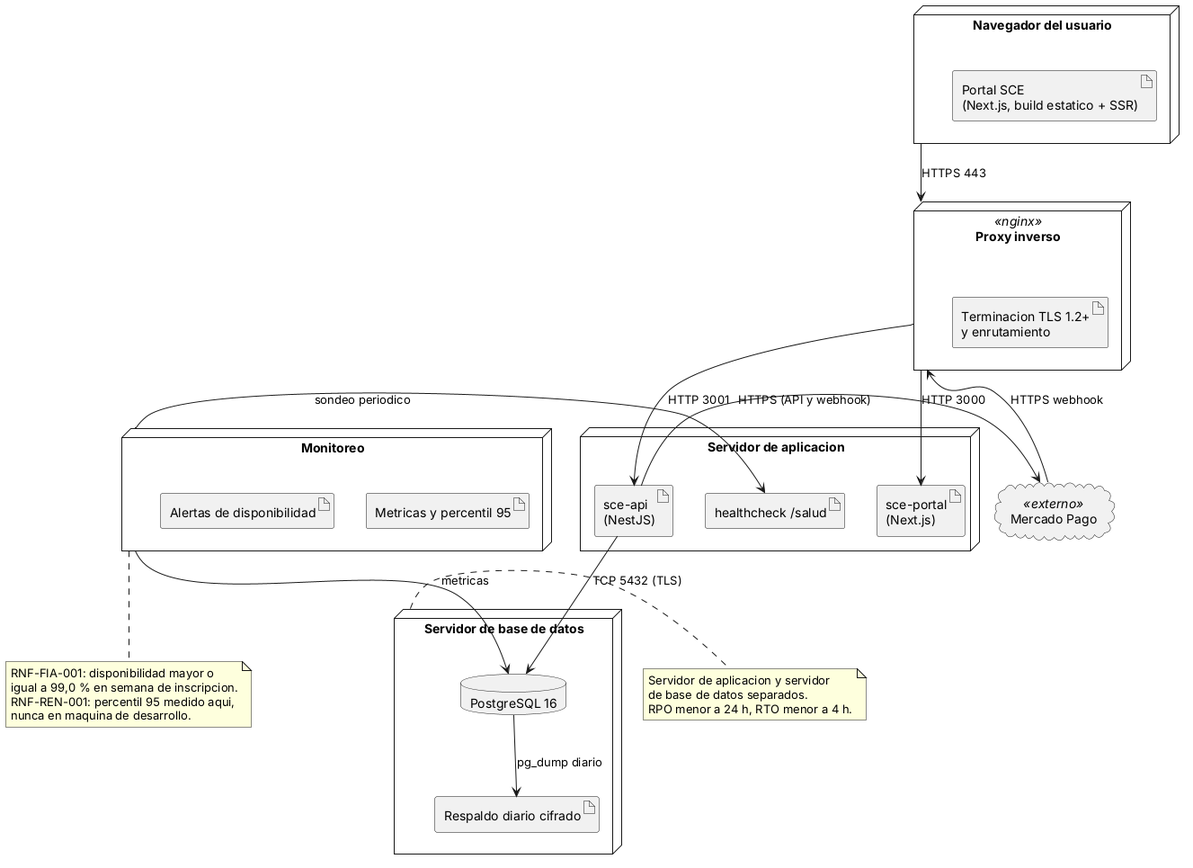
Before: docs/arquitectura/render/fig09-despliegue.png, a diagram exported from PlantUML (fjmp-dev/sce-control-escolar). Its diagram source:
```plantuml
@startuml fig09-despliegue
skinparam shadowing false

node "Navegador del usuario" as CLIENTE {
  artifact "Portal SCE\n(Next.js, build estatico + SSR)" as APP
}

node "Proxy inverso" as PROXY <<nginx>> {
  artifact "Terminacion TLS 1.2+\ny enrutamiento" as TLS
}

node "Servidor de aplicacion" as APPSRV {
  artifact "sce-portal\n(Next.js)" as NEXT
  artifact "sce-api\n(NestJS)" as NEST
  artifact "healthcheck /salud" as HC
}

node "Servidor de base de datos" as DBSRV {
  database "PostgreSQL 16" as PG
  artifact "Respaldo diario cifrado" as BKP
}

node "Monitoreo" as MON {
  artifact "Metricas y percentil 95" as MET
  artifact "Alertas de disponibilidad" as ALR
}

cloud "Mercado Pago" as MP <<externo>>

CLIENTE -down-> PROXY : HTTPS 443
PROXY -down-> NEXT : HTTP 3000
PROXY -down-> NEST : HTTP 3001
NEST -down-> PG : TCP 5432 (TLS)
NEST -right-> MP : HTTPS (API y webhook)
MP -left-> PROXY : HTTPS webhook
PG -down-> BKP : pg_dump diario
MON -left-> HC : sondeo periodico
MON -down-> PG : metricas

note right of DBSRV
  Servidor de aplicacion y servidor
  de base de datos separados.
  RPO menor a 24 h, RTO menor a 4 h.
end note

note bottom of MON
  RNF-FIA-001: disponibilidad mayor o
  igual a 99,0 % en semana de inscripcion.
  RNF-REN-001: percentil 95 medido aqui,
  nunca en maquina de desarrollo.
end note

@enduml
```
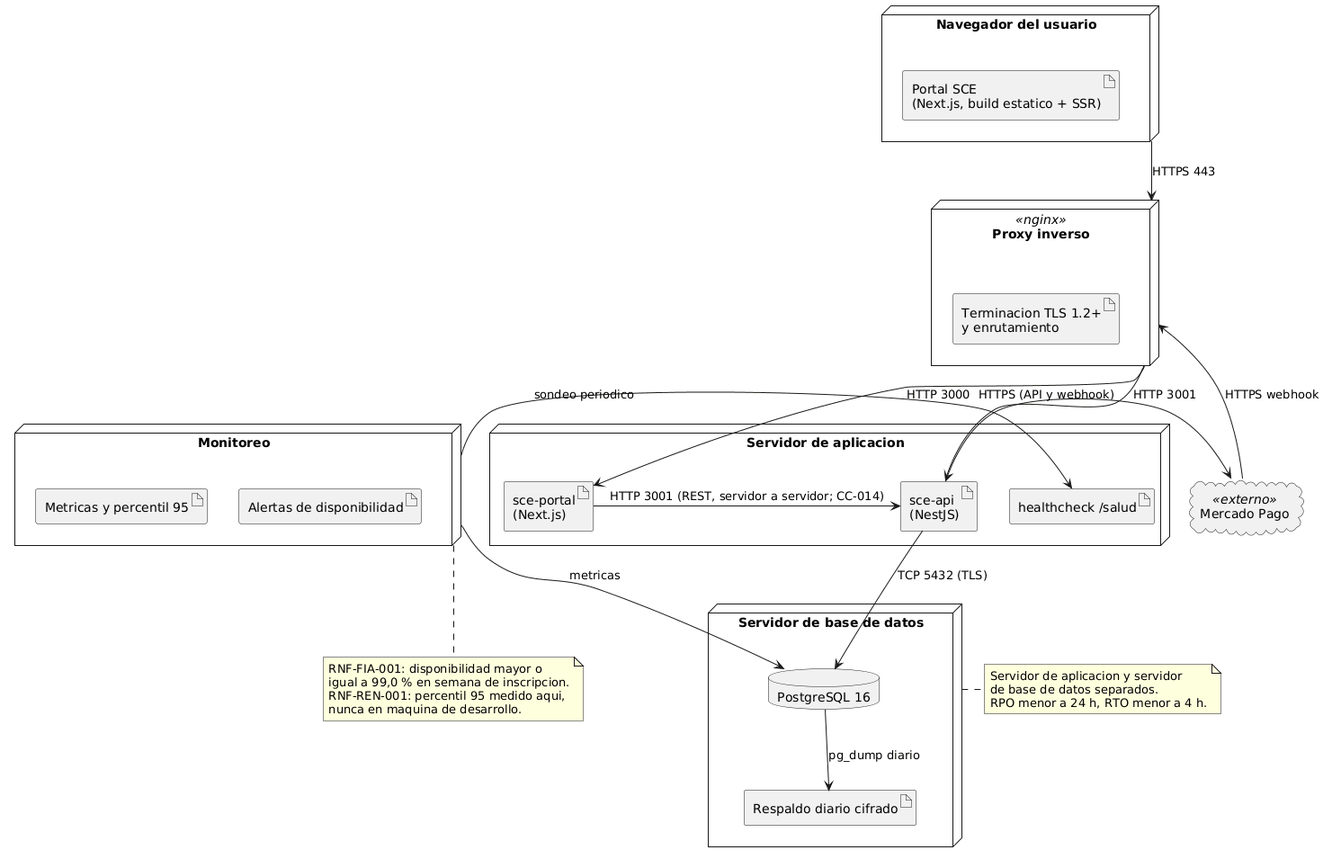
The same file after the commit.

Change to the diagram source:
```diff
@@ -30,6 +30,7 @@
 CLIENTE -down-> PROXY : HTTPS 443
 PROXY -down-> NEXT : HTTP 3000
 PROXY -down-> NEST : HTTP 3001
+NEXT -right-> NEST : HTTP 3001 (REST, servidor a servidor; CC-014)
 NEST -down-> PG : TCP 5432 (TLS)
 NEST -right-> MP : HTTPS (API y webhook)
 MP -left-> PROXY : HTTPS webhook
```
